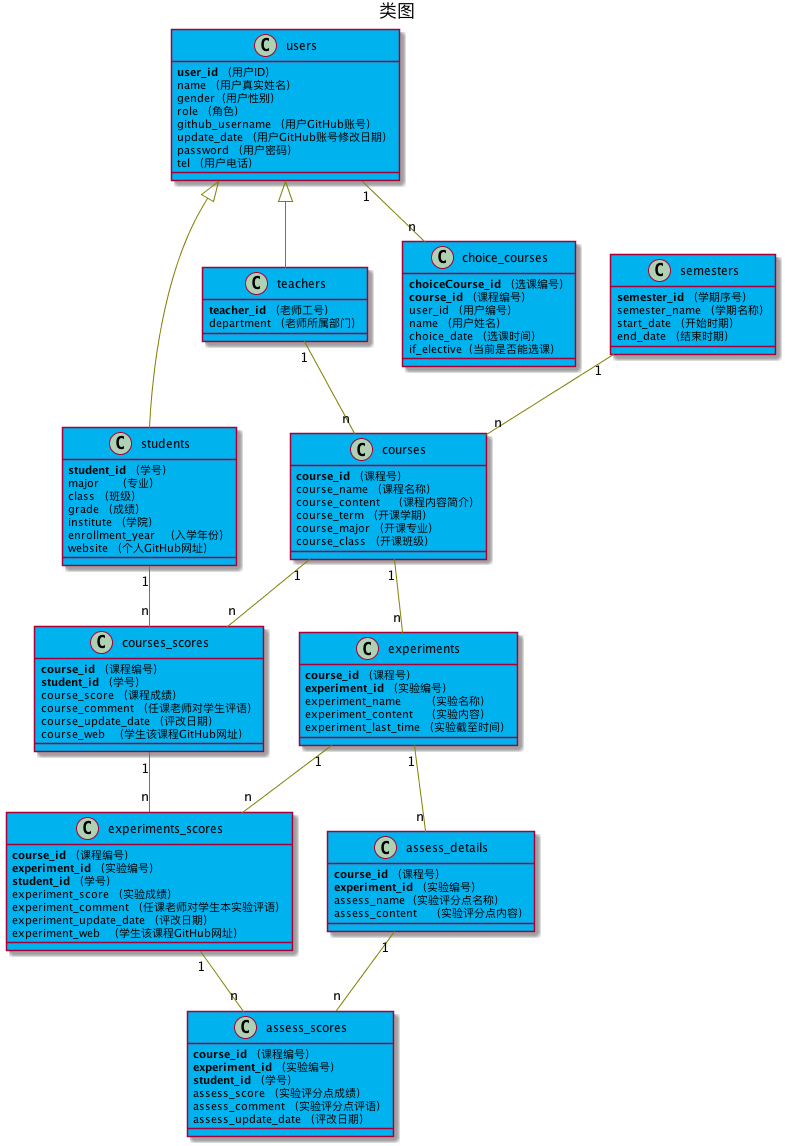
This is out/test6/类图/类图.png from Landy7/is_analysis, a PlantUML export, as it was before one commit. The source it was exported from:
```plantuml
@startuml
title 类图
skinparam class {
	BackgroundColor #00B2EE
	ArrowColor Olive
	ActorBorderColor black
	ActorFontName Courier

}
class users {
    <b>user_id</b> （用户ID）
    name （用户真实姓名）
    gender（用户性别）
    role （角色）
    github_username （用户GitHub账号）
    update_date （用户GitHub账号修改日期）
    password （用户密码）
    tel （用户电话）
}
class teachers{
    <b>teacher_id</b> （老师工号）
    department （老师所属部门）
}
class students{
    <b>student_id</b> （学号）
    major	（专业）
    class （班级）
    grade （成绩）
    institute （学院）
    enrollment_year	（入学年份）
    website （个人GitHub网址）
}
users <|- students
users <|-- teachers

class courses {
    <b>course_id</b> （课程号）
    course_name （课程名称）
    course_content	（课程内容简介）
    course_term （开课学期）
    course_major （开课专业）
    course_class （开课班级）
}

class experiments {
    <b>course_id</b> （课程号）
    <b>experiment_id</b> （实验编号）
    experiment_name	（实验名称）
    experiment_content	（实验内容）
    experiment_last_time （实验截至时间）
}

class assess_details {
	<b>course_id</b> （课程号）
    <b>experiment_id</b> （实验编号）
    assess_name	（实验评分点名称）
    assess_content	（实验评分点内容）
}

class courses_scores {
	<b>course_id</b> （课程编号）
    <b>student_id</b> （学号）
    course_score （课程成绩）
    course_comment （任课老师对学生评语）
    course_update_date （评改日期）
    course_web	（学生该课程GitHub网址）
}

class experiments_scores {
    <b>course_id</b> （课程编号）
    <b>experiment_id</b> （实验编号）
    <b>student_id</b> （学号）
    experiment_score （实验成绩）
    experiment_comment （任课老师对学生本实验评语）
    experiment_update_date （评改日期）
    experiment_web	（学生该课程GitHub网址）

}

class assess_scores {
    <b>course_id</b> （课程编号）
    <b>experiment_id</b> （实验编号）
    <b>student_id</b> （学号）
    assess_score （实验评分点成绩）
    assess_comment （实验评分点评语）
    assess_update_date （评改日期）

}

class semesters {
    <b>semester_id</b> （学期序号）
    semester_name （学期名称）
    start_date （开始时期）
    end_date （结束时期）

}
class choice_courses {
    <b>choiceCourse_id</b> （选课编号）
    <b>course_id</b> （课程编号）
    user_id （用户编号）
    name （用户姓名）
    choice_date （选课时间）
    if_elective（当前是否能选课）

}
students "1" -- "n"  courses_scores
courses_scores "1" -- "n"  experiments_scores
experiments_scores "1" -- "n"  assess_scores
semesters "1" -- "n" courses
teachers "1" -- "n"  courses
courses "1" -- "n" experiments
experiments "1" -- "n" assess_details

courses "1" -- "n" courses_scores
experiments "1" -- "n" experiments_scores
assess_details "1" -- "n" assess_scores
users "1" -- "n" choice_courses

@enduml
```
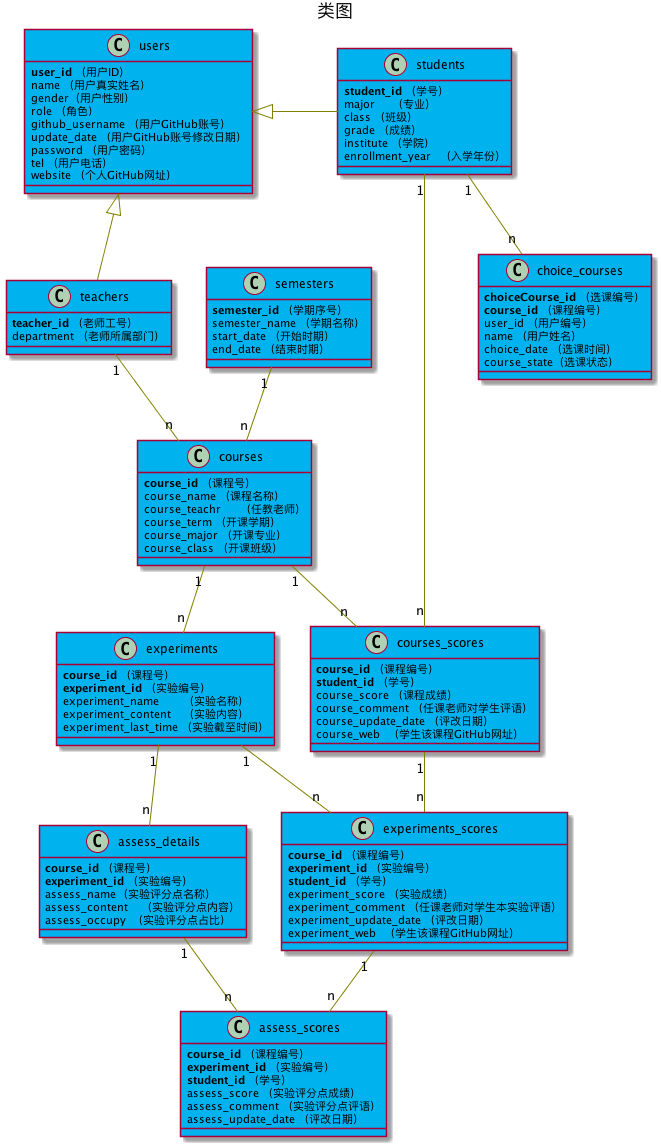
Later version of the same file.

The edit, as a diff of the source:
```diff
@@ -16,6 +16,7 @@
     update_date （用户GitHub账号修改日期）
     password （用户密码）
     tel （用户电话）
+    website （个人GitHub网址）
 }
 class teachers{
     <b>teacher_id</b> （老师工号）
@@ -28,7 +29,6 @@
     grade （成绩）
     institute （学院）
     enrollment_year	（入学年份）
-    website （个人GitHub网址）
 }
 users <|- students
 users <|-- teachers
@@ -36,7 +36,7 @@
 class courses {
     <b>course_id</b> （课程号）
     course_name （课程名称）
-    course_content	（课程内容简介）
+    course_teachr	（任教老师）
     course_term （开课学期）
     course_major （开课专业）
     course_class （开课班级）
@@ -55,6 +55,7 @@
     <b>experiment_id</b> （实验编号）
     assess_name	（实验评分点名称）
     assess_content	（实验评分点内容）
+    assess_occupy  （实验评分点占比）
 }
 
 class courses_scores {
@@ -100,7 +101,7 @@
     user_id （用户编号）
     name （用户姓名）
     choice_date （选课时间）
-    if_elective（当前是否能选课）
+    course_state（选课状态）
 
 }
 students "1" -- "n"  courses_scores
@@ -114,6 +115,6 @@
 courses "1" -- "n" courses_scores
 experiments "1" -- "n" experiments_scores
 assess_details "1" -- "n" assess_scores
-users "1" -- "n" choice_courses
+students "1" -- "n" choice_courses
 
 @enduml
```
